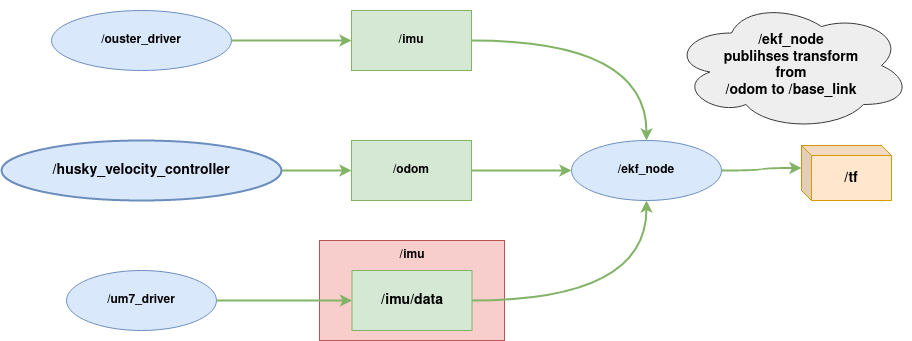
Before: Figures/husky_nodess.drawio.png, a diagram exported from draw.io (orjano-max/ORJANOS_MASTER_REPO). Source tidied: cells renumbered, new cells last; positions are measured from the earlier drawing's top-left corner, leaving out a move shared by most shapes. Its diagram source:
```xml
<mxGraphModel>
  <root>
    <mxCell id="0" />
    <mxCell id="1" parent="0" />
    <mxCell id="2" style="group;" parent="1" vertex="1">
      <mxGeometry x="318" y="240" width="185" height="100" as="geometry" />
    </mxCell>
    <mxCell id="3" style="rounded=0;whiteSpace=wrap;html=1;fillColor=#f8cecc;strokeColor=#b85450;" parent="2" vertex="1">
      <mxGeometry width="185" height="100" as="geometry" />
    </mxCell>
    <mxCell id="4" value="&lt;b&gt;/imu&lt;/b&gt;" style="text;html=1;strokeColor=none;fillColor=none;align=center;verticalAlign=middle;whiteSpace=wrap;rounded=0;" parent="2" vertex="1">
      <mxGeometry x="48.5" width="88" height="30" as="geometry" />
    </mxCell>
    <mxCell id="5" value="&lt;b&gt;&lt;font style=&quot;font-size: 14px;&quot;&gt;/imu/data&lt;/font&gt;&lt;/b&gt;" style="rounded=0;whiteSpace=wrap;html=1;fillColor=#d5e8d4;strokeColor=#82b366;" parent="2" vertex="1">
      <mxGeometry x="32.5" y="30" width="120" height="60" as="geometry" />
    </mxCell>
    <mxCell id="6" style="edgeStyle=orthogonalEdgeStyle;jettySize=auto;html=1;curved=1;fillColor=#d5e8d4;strokeColor=#82b366;strokeWidth=2;" parent="1" edge="1" source="7" target="8">
      <mxGeometry relative="1" as="geometry" />
    </mxCell>
    <mxCell id="7" value="&lt;font style=&quot;font-size: 14px;&quot;&gt;/husky_velocity_controller&lt;/font&gt;" style="ellipse;whiteSpace=wrap;html=1;fillColor=#dae8fc;strokeColor=#6c8ebf;fontStyle=1;strokeWidth=2;" parent="1" vertex="1">
      <mxGeometry y="140" width="280" height="60" as="geometry" />
    </mxCell>
    <mxCell id="8" value="&lt;div&gt;&lt;b&gt;/odom&lt;/b&gt;&lt;/div&gt;" style="rounded=0;whiteSpace=wrap;html=1;fillColor=#d5e8d4;strokeColor=#82b366;" parent="1" vertex="1">
      <mxGeometry x="350" y="140" width="120" height="60" as="geometry" />
    </mxCell>
    <mxCell id="9" value="&lt;div&gt;/ekf_node&lt;/div&gt;" style="ellipse;whiteSpace=wrap;html=1;fillColor=#dae8fc;strokeColor=#6c8ebf;fontStyle=1;" parent="1" vertex="1">
      <mxGeometry x="570" y="140" width="150" height="60" as="geometry" />
    </mxCell>
    <mxCell id="10" value="/ouster_driver" style="ellipse;whiteSpace=wrap;html=1;fillColor=#dae8fc;strokeColor=#6c8ebf;fontStyle=1;" parent="1" vertex="1">
      <mxGeometry x="50" y="10" width="180" height="60" as="geometry" />
    </mxCell>
    <mxCell id="11" style="edgeStyle=orthogonalEdgeStyle;jettySize=auto;html=1;curved=1;fillColor=#d5e8d4;strokeColor=#82b366;strokeWidth=2;rounded=0;exitX=1;exitY=0.5;exitDx=0;exitDy=0;entryX=0;entryY=0.5;entryDx=0;entryDy=0;" parent="1" edge="1" source="8" target="9">
      <mxGeometry relative="1" as="geometry" />
    </mxCell>
    <mxCell id="12" value="&lt;b&gt;/imu&lt;/b&gt;" style="rounded=0;whiteSpace=wrap;html=1;fillColor=#d5e8d4;strokeColor=#82b366;" parent="1" vertex="1">
      <mxGeometry x="350" y="10" width="120" height="60" as="geometry" />
    </mxCell>
    <mxCell id="13" style="edgeStyle=orthogonalEdgeStyle;jettySize=auto;html=1;curved=1;fillColor=#d5e8d4;strokeColor=#82b366;strokeWidth=2;rounded=0;entryX=0;entryY=0.5;entryDx=0;entryDy=0;exitX=1;exitY=0.5;exitDx=0;exitDy=0;" parent="1" edge="1" source="10" target="12">
      <mxGeometry relative="1" as="geometry" />
    </mxCell>
    <mxCell id="14" style="edgeStyle=orthogonalEdgeStyle;jettySize=auto;html=1;curved=1;fillColor=#d5e8d4;strokeColor=#82b366;strokeWidth=2;rounded=0;exitX=1;exitY=0.5;exitDx=0;exitDy=0;entryX=0.5;entryY=0;entryDx=0;entryDy=0;" parent="1" edge="1" source="12" target="9">
      <mxGeometry relative="1" as="geometry" />
    </mxCell>
    <mxCell id="15" value="/um7_driver" style="ellipse;whiteSpace=wrap;html=1;fillColor=#dae8fc;strokeColor=#6c8ebf;fontStyle=1;" parent="1" vertex="1">
      <mxGeometry x="65" y="270" width="150" height="60" as="geometry" />
    </mxCell>
    <mxCell id="16" style="edgeStyle=orthogonalEdgeStyle;jettySize=auto;html=1;curved=1;fillColor=#d5e8d4;strokeColor=#82b366;strokeWidth=2;rounded=0;entryX=0;entryY=0.5;entryDx=0;entryDy=0;exitX=1;exitY=0.5;exitDx=0;exitDy=0;" parent="1" edge="1" source="15" target="5">
      <mxGeometry relative="1" as="geometry" />
    </mxCell>
    <mxCell id="17" style="edgeStyle=orthogonalEdgeStyle;jettySize=auto;html=1;curved=1;fillColor=#d5e8d4;strokeColor=#82b366;strokeWidth=2;rounded=0;exitX=1;exitY=0.5;exitDx=0;exitDy=0;entryX=0.5;entryY=1;entryDx=0;entryDy=0;" parent="1" edge="1" source="5" target="9">
      <mxGeometry relative="1" as="geometry" />
    </mxCell>
    <mxCell id="18" value="/tf" style="shape=cube;whiteSpace=wrap;html=1;boundedLbl=1;backgroundOutline=1;darkOpacity=0.05;darkOpacity2=0.1;size=10;fillColor=#ffe6cc;strokeColor=#d79b00;fontSize=14;fontStyle=1;" parent="1" vertex="1">
      <mxGeometry x="800" y="145" width="90" height="55" as="geometry" />
    </mxCell>
    <mxCell id="19" style="edgeStyle=orthogonalEdgeStyle;jettySize=auto;html=1;curved=1;fillColor=#d5e8d4;strokeColor=#82b366;strokeWidth=2;rounded=0;exitX=1;exitY=0.5;exitDx=0;exitDy=0;entryX=0;entryY=0;entryDx=0;entryDy=22.5;entryPerimeter=0;" parent="1" edge="1" source="9" target="18">
      <mxGeometry relative="1" as="geometry" />
    </mxCell>
    <mxCell id="20" value="/ekf_node&lt;br&gt; publihses transform&lt;br&gt; from &lt;br&gt;/odom to /base_link" style="ellipse;shape=cloud;whiteSpace=wrap;html=1;fillColor=#eeeeee;strokeColor=#36393d;fontSize=14;fontStyle=1;" parent="1" vertex="1">
      <mxGeometry x="670" width="240" height="130" as="geometry" />
    </mxCell>
  </root>
</mxGraphModel>
```
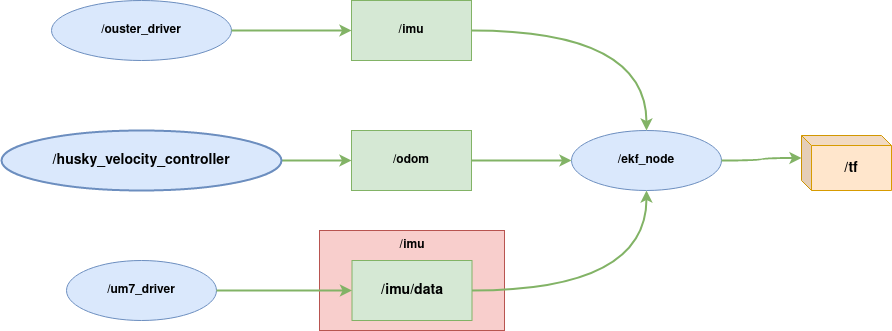
The same file after the commit.

What changed in the source:
```diff
@@ -56,8 +56,5 @@
     <mxCell id="19" style="edgeStyle=orthogonalEdgeStyle;jettySize=auto;html=1;curved=1;fillColor=#d5e8d4;strokeColor=#82b366;strokeWidth=2;rounded=0;exitX=1;exitY=0.5;exitDx=0;exitDy=0;entryX=0;entryY=0;entryDx=0;entryDy=22.5;entryPerimeter=0;" parent="1" edge="1" source="9" target="18">
       <mxGeometry relative="1" as="geometry" />
     </mxCell>
-    <mxCell id="20" value="/ekf_node&lt;br&gt; publihses transform&lt;br&gt; from &lt;br&gt;/odom to /base_link" style="ellipse;shape=cloud;whiteSpace=wrap;html=1;fillColor=#eeeeee;strokeColor=#36393d;fontSize=14;fontStyle=1;" parent="1" vertex="1">
-      <mxGeometry x="670" width="240" height="130" as="geometry" />
-    </mxCell>
   </root>
 </mxGraphModel>
```
